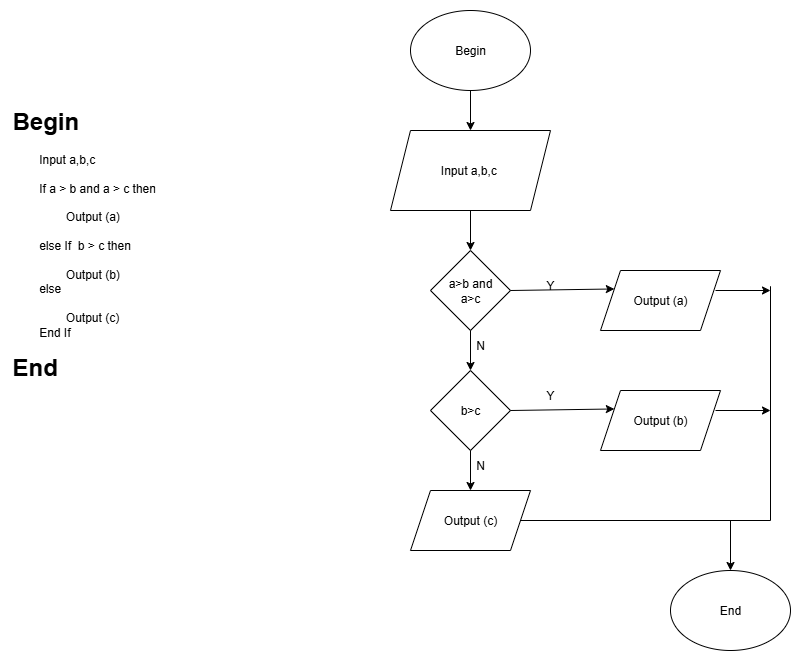
vinhdevz/C0925G1-DoThanhVinh keeps this draw.io diagram as ss3_ma_gia_luu_do/bai3.png. Above is the earlier version. Source tidied: cells renumbered, new cells last; positions are measured from the earlier drawing's top-left corner, leaving out a move shared by most shapes.
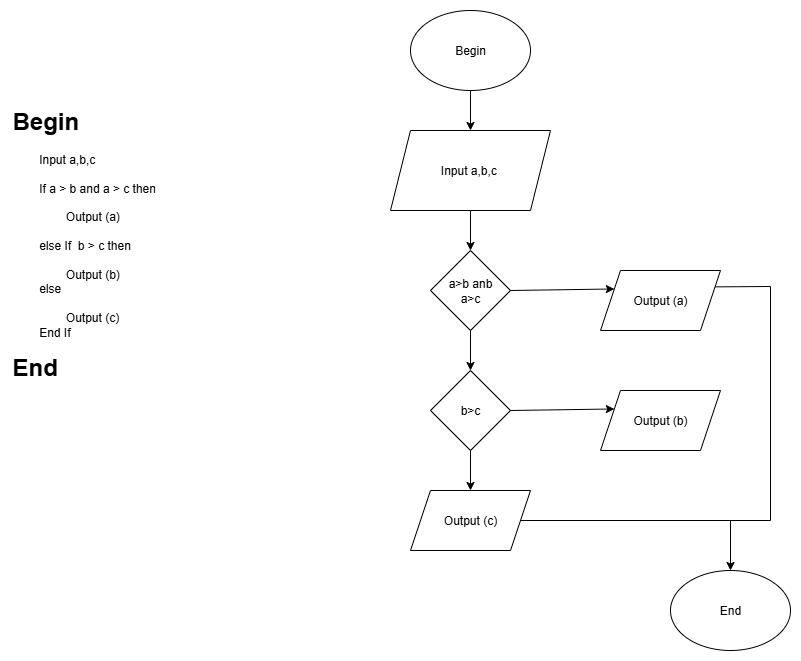
The same diagram one commit later.

Diff of the diagram source:
```diff
@@ -11,7 +11,7 @@
     <mxCell id="4" value="Input a,b,c&amp;nbsp;" style="shape=parallelogram;perimeter=parallelogramPerimeter;whiteSpace=wrap;html=1;fixedSize=1;" parent="1" vertex="1">
       <mxGeometry x="380" y="120" width="160" height="80" as="geometry" />
     </mxCell>
-    <mxCell id="5" value="a&amp;gt;b and&lt;br&gt;a&amp;gt;c" style="rhombus;whiteSpace=wrap;html=1;" parent="1" vertex="1">
+    <mxCell id="5" value="a&amp;gt;b anb&lt;br&gt;a&amp;gt;c" style="rhombus;whiteSpace=wrap;html=1;" parent="1" vertex="1">
       <mxGeometry x="420" y="240" width="80" height="80" as="geometry" />
     </mxCell>
     <mxCell id="6" value="Output (a)" style="shape=parallelogram;perimeter=parallelogramPerimeter;whiteSpace=wrap;html=1;fixedSize=1;" parent="1" vertex="1">
@@ -44,13 +44,11 @@
     <mxCell id="15" style="endArrow=classic;html=1;rounded=0;exitX=0.5;exitY=1;exitDx=0;exitDy=0;entryX=0.5;entryY=0;entryDx=0;entryDy=0;" parent="1" edge="1" source="9" target="7">
       <mxGeometry relative="1" as="geometry" />
     </mxCell>
-    <mxCell id="16" style="endArrow=none;html=1;rounded=0;exitX=1;exitY=0.5;exitDx=0;exitDy=0;" parent="1" edge="1" source="7">
+    <mxCell id="16" style="endArrow=none;html=1;rounded=0;entryX=1;entryY=0.25;entryDx=0;entryDy=0;exitX=1;exitY=0.5;exitDx=0;exitDy=0;" parent="1" edge="1" source="7" target="6">
       <mxGeometry relative="1" as="geometry">
-        <mxPoint x="760" y="290" as="targetPoint" />
         <Array as="points">
           <mxPoint x="760" y="510" />
           <mxPoint x="760" y="276" />
-          <mxPoint x="760" y="290" />
         </Array>
       </mxGeometry>
     </mxCell>
@@ -63,29 +61,5 @@
     <mxCell id="18" value="End" style="ellipse;whiteSpace=wrap;html=1;" parent="1" vertex="1">
       <mxGeometry x="660" y="560" width="120" height="80" as="geometry" />
     </mxCell>
-    <mxCell id="19" style="endArrow=classic;html=1;rounded=0;" parent="1" edge="1">
-      <mxGeometry relative="1" as="geometry">
-        <mxPoint x="705" y="400" as="sourcePoint" />
-        <mxPoint x="760" y="400" as="targetPoint" />
-      </mxGeometry>
-    </mxCell>
-    <mxCell id="20" value="Y" style="text;html=1;align=center;verticalAlign=middle;whiteSpace=wrap;rounded=0;" parent="1" vertex="1">
-      <mxGeometry x="510" y="260" width="60" height="30" as="geometry" />
-    </mxCell>
-    <mxCell id="21" value="N" style="text;html=1;align=center;verticalAlign=middle;whiteSpace=wrap;rounded=0;" parent="1" vertex="1">
-      <mxGeometry x="440" y="320" width="60" height="30" as="geometry" />
-    </mxCell>
-    <mxCell id="22" value="Y" style="text;html=1;align=center;verticalAlign=middle;whiteSpace=wrap;rounded=0;" parent="1" vertex="1">
-      <mxGeometry x="510" y="370" width="60" height="30" as="geometry" />
-    </mxCell>
-    <mxCell id="23" value="N" style="text;html=1;align=center;verticalAlign=middle;whiteSpace=wrap;rounded=0;" parent="1" vertex="1">
-      <mxGeometry x="440" y="440" width="60" height="30" as="geometry" />
-    </mxCell>
-    <mxCell id="24" style="endArrow=classic;html=1;rounded=0;" parent="1" edge="1">
-      <mxGeometry relative="1" as="geometry">
-        <mxPoint x="705" y="280" as="sourcePoint" />
-        <mxPoint x="760" y="280" as="targetPoint" />
-      </mxGeometry>
-    </mxCell>
   </root>
 </mxGraphModel>
```
